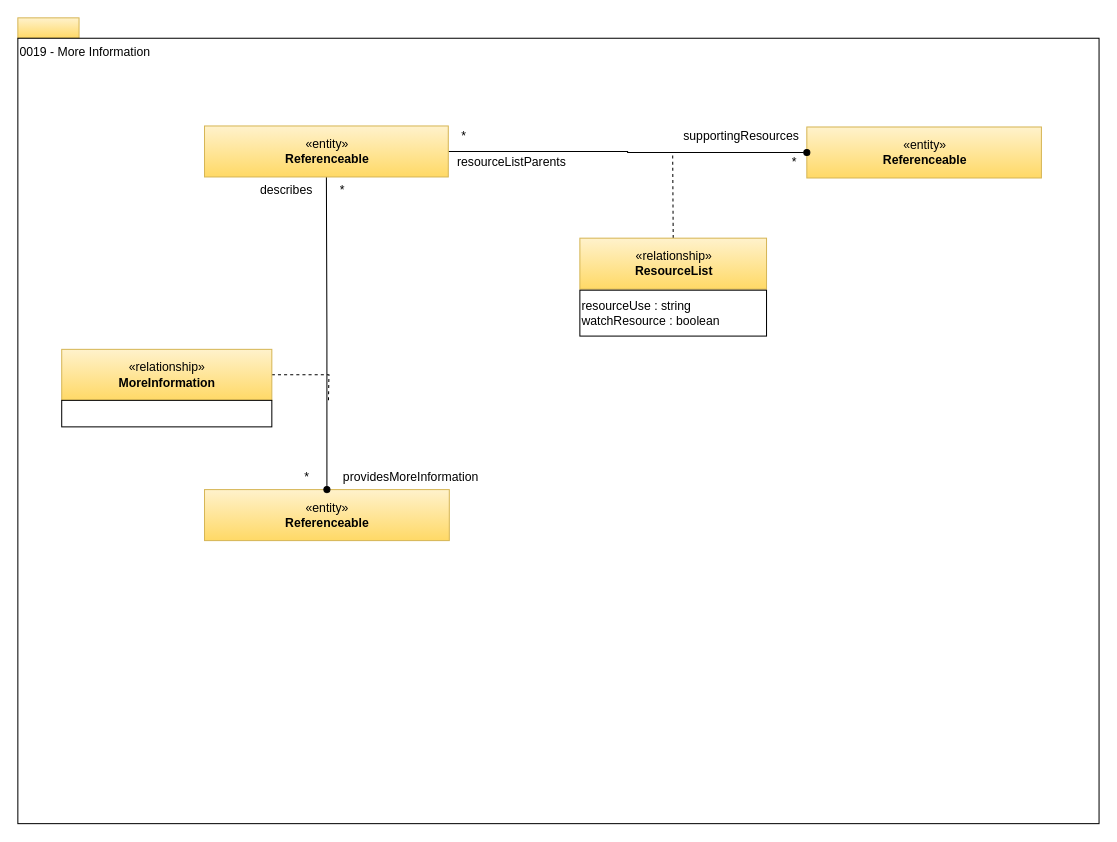
odpi/egeria-docs keeps this draw.io diagram as page "0019-More-Information" (10 of 32) of site/docs/types/0/area-0-basic-types-and-infrastructure.drawio. Above is the earlier version. Source tidied: cells renumbered, new cells numbered last; positions are measured from the earlier drawing's top-left corner, leaving out a move shared by most shapes. Both pictures are drawn from the tidied source at 102%, with x=0, y=0 at pixel (17, 17).
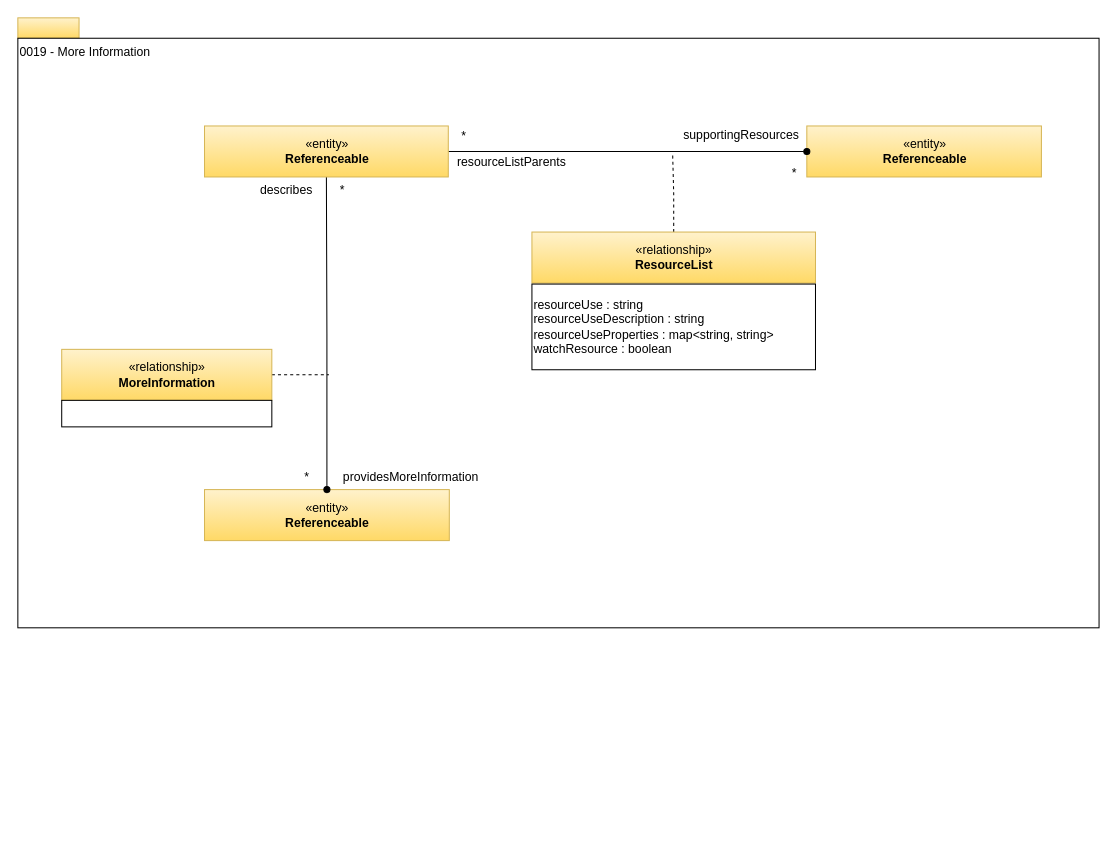
After the change.

Unchanged cells that the change refers to:
```xml
<mxCell id="5" value="«relationship»&lt;br&gt;&lt;b&gt;MoreInformation&lt;/b&gt;" style="html=1;strokeColor=#d6b656;align=center;fillColor=#fff2cc;gradientColor=#ffd966;" parent="1" vertex="1">
  <mxGeometry x="43" y="325" width="206" height="50" as="geometry" />
</mxCell>
```

Change to the diagram source:
```diff
@@
     <mxCell id="3" value="0019 - More Information" style="rounded=0;whiteSpace=wrap;html=1;align=left;verticalAlign=top;" parent="1" vertex="1">
-      <mxGeometry y="20" width="1060" height="770" as="geometry" />
+      <mxGeometry y="20" width="1060" height="578" as="geometry" />
     </mxCell>
     <mxCell id="4" style="edgeStyle=orthogonalEdgeStyle;rounded=0;html=1;dashed=1;endArrow=none;endFill=0;jettySize=auto;" parent="1" edge="1" source="5">
       <mxGeometry relative="1" as="geometry">
-        <mxPoint x="304.5" y="377" as="targetPoint" />
+        <mxPoint x="305" y="350" as="targetPoint" />
       </mxGeometry>
     </mxCell>
@@
     <mxCell id="13" value="«entity»&lt;br&gt;&lt;b&gt;Referenceable&lt;/b&gt;" style="html=1;strokeColor=#d6b656;align=center;fillColor=#fff2cc;gradientColor=#ffd966;" parent="1" vertex="1">
-      <mxGeometry x="773.5" y="107" width="230" height="50" as="geometry" />
+      <mxGeometry x="773.5" y="106" width="230" height="50" as="geometry" />
     </mxCell>
@@
     <mxCell id="16" value="supportingResources" style="text;html=1;align=center;verticalAlign=top;spacingTop=-4;" parent="1" vertex="1">
-      <mxGeometry x="643.5" y="106" width="130" height="20" as="geometry" />
+      <mxGeometry x="643.5" y="105" width="130" height="20" as="geometry" />
     </mxCell>
     <mxCell id="17" value="*" style="text;html=1;align=center;verticalAlign=top;spacingTop=-4;" parent="1" vertex="1">
-      <mxGeometry x="751" y="132" width="20" height="20" as="geometry" />
+      <mxGeometry x="751" y="143" width="20" height="20" as="geometry" />
     </mxCell>
@@
     <mxCell id="21" value="«relationship»&lt;br&gt;&lt;b&gt;ResourceList&lt;/b&gt;" style="html=1;strokeColor=#d6b656;align=center;fillColor=#fff2cc;gradientColor=#ffd966;" parent="1" vertex="1">
-      <mxGeometry x="551" y="216" width="183" height="50" as="geometry" />
+      <mxGeometry x="504" y="210" width="278" height="50" as="geometry" />
     </mxCell>
-    <mxCell id="22" value="resourceUse : string&lt;br&gt;watchResource : boolean&lt;br&gt;" style="rounded=0;whiteSpace=wrap;html=1;strokeColor=#000000;gradientColor=#ffffff;align=left;" parent="1" vertex="1">
-      <mxGeometry x="551" y="267" width="183" height="45" as="geometry" />
+    <mxCell id="22" value="resourceUse : string&lt;br&gt;resourceUseDescription : string&lt;br&gt;resourceUseProperties : map&amp;lt;string, string&amp;gt;&lt;br&gt;watchResource : boolean" style="rounded=0;whiteSpace=wrap;html=1;strokeColor=#000000;gradientColor=#ffffff;align=left;" parent="1" vertex="1">
+      <mxGeometry x="504" y="261" width="278" height="84" as="geometry" />
     </mxCell>
```
